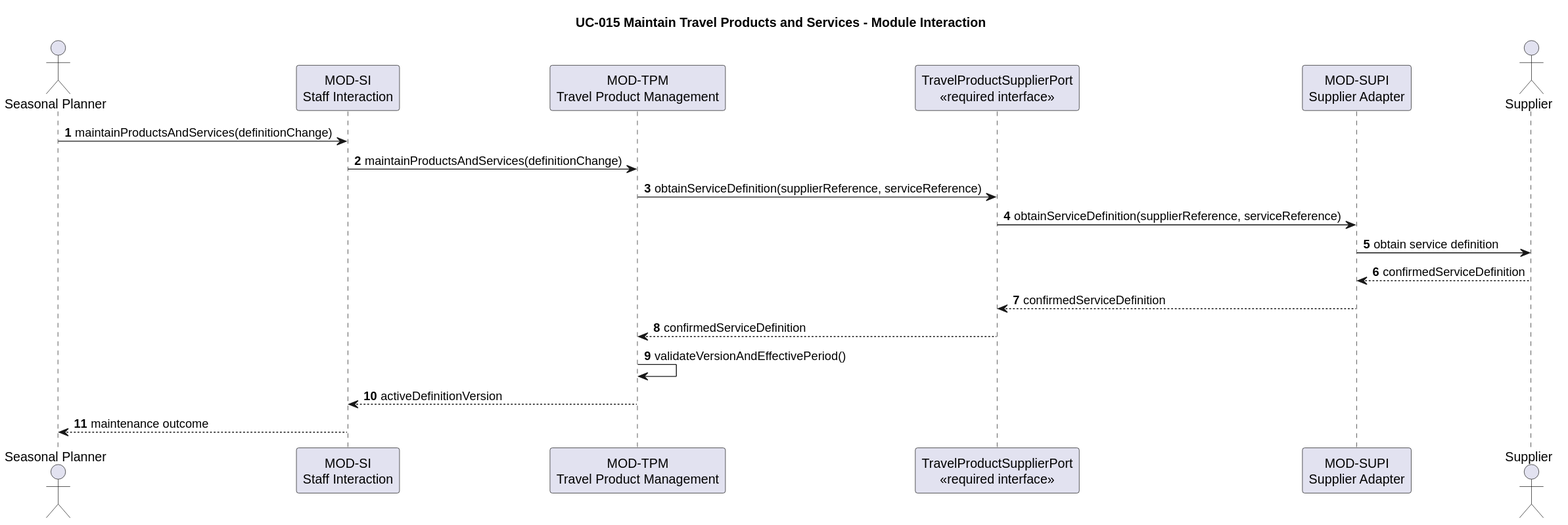
Earlier version of the PlantUML export docs/architecture/software-architecture/uc-015-maintain-travel-products-and-services.svg (hochschule-darmstadt/a3se_app).
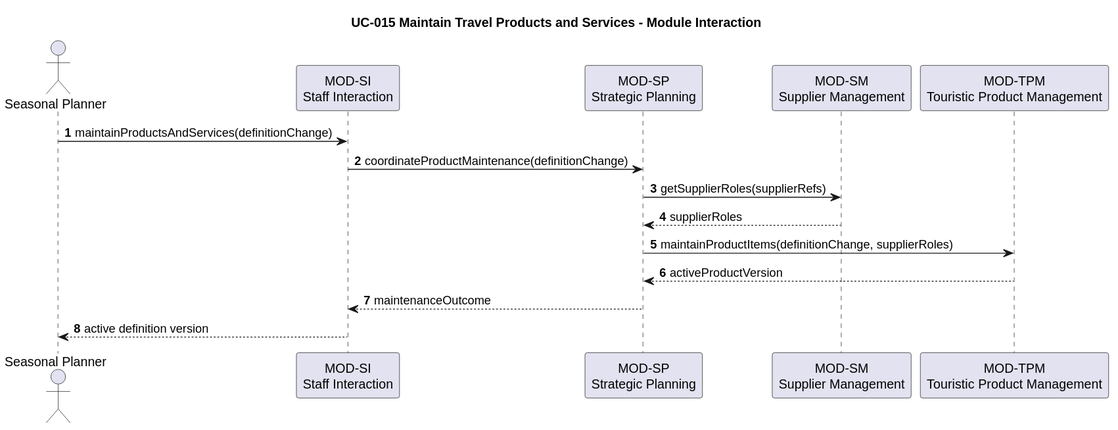
Above is the later version.

Diff of the diagram source:
```diff
@@ -3,20 +3,16 @@
 autonumber
 actor "Seasonal Planner" as Planner
 participant "MOD-SI\nStaff Interaction" as SI
-participant "MOD-TPM\nTravel Product Management" as TPM
-participant "TravelProductSupplierPort\n<<required interface>>" as PORT
-participant "MOD-SUPI\nSupplier Adapter" as SUPI
-actor Supplier
+participant "MOD-SP\nStrategic Planning" as SP
+participant "MOD-SM\nSupplier Management" as SM
+participant "MOD-TPM\nTouristic Product Management" as TPM
 
 Planner -> SI: maintainProductsAndServices(definitionChange)
-SI -> TPM: maintainProductsAndServices(definitionChange)
-TPM -> PORT: obtainServiceDefinition(supplierReference, serviceReference)
-PORT -> SUPI: obtainServiceDefinition(supplierReference, serviceReference)
-SUPI -> Supplier: obtain service definition
-Supplier --> SUPI: confirmedServiceDefinition
-SUPI --> PORT: confirmedServiceDefinition
-PORT --> TPM: confirmedServiceDefinition
-TPM -> TPM: validateVersionAndEffectivePeriod()
-TPM --> SI: activeDefinitionVersion
-SI --> Planner: maintenance outcome
+SI -> SP: coordinateProductMaintenance(definitionChange)
+SP -> SM: getSupplierRoles(supplierRefs)
+SM --> SP: supplierRoles
+SP -> TPM: maintainProductItems(definitionChange, supplierRoles)
+TPM --> SP: activeProductVersion
+SP --> SI: maintenanceOutcome
+SI --> Planner: active definition version
 @enduml
```
